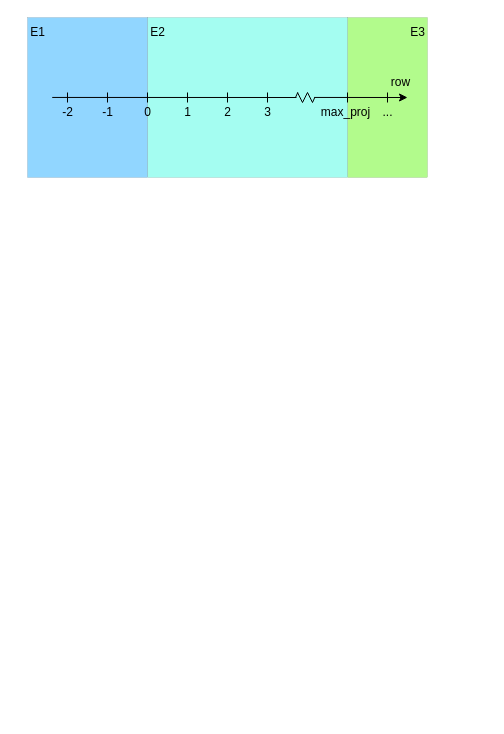
paulinho-16/MEIC-TVVS keeps this draw.io diagram as page "row" (1 of 4) of assignments/diagrams/boundary_value_analysis.drawio. Above is the earlier version. Source tidied: cells renumbered, new cells numbered last; positions are measured from the earlier drawing's top-left corner, leaving out a move shared by most shapes. Both pictures are drawn from the tidied source at 100%, with x=0, y=0 at pixel (17, 17).
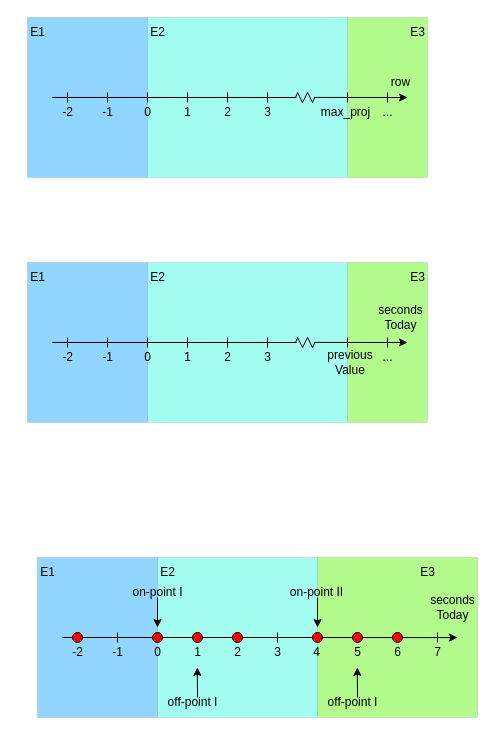
The same page after the edit.

Commit message:
Added AdjustSeconds Diagrams toi the draw.io save

The edit, as a diff of the source:
```diff
@@
+    <mxCell id="32" style="rounded=0;whiteSpace=wrap;html=1;fillColor=#b2fb8c;strokeWidth=0;" parent="1" vertex="1">
+      <mxGeometry x="330" y="245" width="80" height="160" as="geometry" />
+    </mxCell>
@@
+    <mxCell id="33" style="rounded=0;whiteSpace=wrap;html=1;fillColor=#a4fdf1;strokeWidth=0;" parent="1" vertex="1">
+      <mxGeometry x="130" y="245" width="200" height="160" as="geometry" />
+    </mxCell>
+    <mxCell id="34" style="rounded=0;whiteSpace=wrap;html=1;fillColor=#91d6ff;strokeWidth=0;" parent="1" vertex="1">
+      <mxGeometry x="10" y="245" width="120" height="160" as="geometry" />
+    </mxCell>
+    <mxCell id="35" style="endArrow=classic;startArrow=none;html=1;rounded=0;startFill=0;entryX=-0.133;entryY=0;entryDx=0;entryDy=0;entryPerimeter=0;exitX=0.052;exitY=-0.002;exitDx=0;exitDy=0;exitPerimeter=0;" parent="1" edge="1">
+      <mxGeometry relative="1" as="geometry">
+        <mxPoint x="296.6" y="324.9" as="sourcePoint" />
+        <mxPoint x="390" y="325" as="targetPoint" />
+      </mxGeometry>
+    </mxCell>
+    <mxCell id="36" style="endArrow=none;html=1;rounded=0;" parent="1" edge="1">
+      <mxGeometry relative="1" as="geometry">
+        <mxPoint x="50" y="330" as="sourcePoint" />
+        <mxPoint x="50" y="320" as="targetPoint" />
+      </mxGeometry>
+    </mxCell>
+    <mxCell id="37" style="endArrow=none;html=1;rounded=0;" parent="1" edge="1">
+      <mxGeometry relative="1" as="geometry">
+        <mxPoint x="130" y="330" as="sourcePoint" />
+        <mxPoint x="130" y="320" as="targetPoint" />
+      </mxGeometry>
+    </mxCell>
+    <mxCell id="38" style="endArrow=none;html=1;rounded=0;" parent="1" edge="1">
+      <mxGeometry relative="1" as="geometry">
+        <mxPoint x="90" y="330" as="sourcePoint" />
+        <mxPoint x="90" y="320" as="targetPoint" />
+      </mxGeometry>
+    </mxCell>
+    <mxCell id="39" style="endArrow=none;html=1;rounded=0;" parent="1" edge="1">
+      <mxGeometry relative="1" as="geometry">
+        <mxPoint x="170" y="330" as="sourcePoint" />
+        <mxPoint x="170" y="320" as="targetPoint" />
+      </mxGeometry>
+    </mxCell>
+    <mxCell id="40" style="endArrow=none;html=1;rounded=0;" parent="1" edge="1">
+      <mxGeometry relative="1" as="geometry">
+        <mxPoint x="210" y="330" as="sourcePoint" />
+        <mxPoint x="210" y="320" as="targetPoint" />
+      </mxGeometry>
+    </mxCell>
+    <mxCell id="41" style="endArrow=none;html=1;rounded=0;" parent="1" edge="1">
+      <mxGeometry relative="1" as="geometry">
+        <mxPoint x="250" y="330" as="sourcePoint" />
+        <mxPoint x="250" y="320" as="targetPoint" />
+      </mxGeometry>
+    </mxCell>
+    <mxCell id="42" style="endArrow=none;html=1;rounded=0;" parent="1" edge="1">
+      <mxGeometry relative="1" as="geometry">
+        <mxPoint x="330" y="330" as="sourcePoint" />
+        <mxPoint x="330" y="320" as="targetPoint" />
+      </mxGeometry>
+    </mxCell>
+    <mxCell id="43" style="endArrow=none;html=1;rounded=0;" parent="1" edge="1">
+      <mxGeometry relative="1" as="geometry">
+        <mxPoint x="370" y="330" as="sourcePoint" />
+        <mxPoint x="370" y="320" as="targetPoint" />
+      </mxGeometry>
+    </mxCell>
+    <mxCell id="44" value="-2" style="text;html=1;align=center;verticalAlign=middle;points=[];strokeColor=none;fillColor=none;" parent="1" vertex="1">
+      <mxGeometry x="35" y="325" width="30" height="30" as="geometry" />
+    </mxCell>
+    <mxCell id="45" value="-1" style="text;html=1;align=center;verticalAlign=middle;strokeColor=none;fillColor=none;" parent="1" vertex="1">
+      <mxGeometry x="75" y="325" width="30" height="30" as="geometry" />
+    </mxCell>
+    <mxCell id="46" value="0" style="text;html=1;align=center;verticalAlign=middle;strokeColor=none;fillColor=none;" parent="1" vertex="1">
+      <mxGeometry x="115" y="325" width="30" height="30" as="geometry" />
+    </mxCell>
+    <mxCell id="47" value="1" style="text;html=1;align=center;verticalAlign=middle;strokeColor=none;fillColor=none;" parent="1" vertex="1">
+      <mxGeometry x="155" y="325" width="30" height="30" as="geometry" />
+    </mxCell>
+    <mxCell id="48" value="2" style="text;html=1;align=center;verticalAlign=middle;strokeColor=none;fillColor=none;" parent="1" vertex="1">
+      <mxGeometry x="195" y="325" width="30" height="30" as="geometry" />
+    </mxCell>
+    <mxCell id="49" value="3" style="text;html=1;align=center;verticalAlign=middle;strokeColor=none;fillColor=none;" parent="1" vertex="1">
+      <mxGeometry x="235" y="325" width="30" height="30" as="geometry" />
+    </mxCell>
+    <mxCell id="50" value="E1" style="text;html=1;align=center;verticalAlign=middle;strokeColor=none;fillColor=none;fontSize=12;fontFamily=Helvetica;fontColor=default;" parent="1" vertex="1">
+      <mxGeometry y="245" width="40" height="30" as="geometry" />
+    </mxCell>
+    <mxCell id="51" value="E2" style="text;html=1;align=center;verticalAlign=middle;strokeColor=none;fillColor=none;fontSize=12;fontFamily=Helvetica;fontColor=default;" parent="1" vertex="1">
+      <mxGeometry x="120" y="245" width="40" height="30" as="geometry" />
+    </mxCell>
+    <mxCell id="52" value="E3" style="text;html=1;align=center;verticalAlign=middle;strokeColor=none;fillColor=none;fontSize=12;fontFamily=Helvetica;fontColor=default;" parent="1" vertex="1">
+      <mxGeometry x="380" y="245" width="40" height="30" as="geometry" />
+    </mxCell>
+    <mxCell id="53" value="seconds&lt;br&gt;Today" style="text;html=1;align=center;verticalAlign=middle;strokeColor=none;fillColor=none;fontSize=12;fontFamily=Helvetica;fontColor=default;" parent="1" vertex="1">
+      <mxGeometry x="348" y="280" width="70" height="40" as="geometry" />
+    </mxCell>
+    <mxCell id="54" value="..." style="text;html=1;align=center;verticalAlign=middle;strokeColor=none;fillColor=none;" parent="1" vertex="1">
+      <mxGeometry x="355" y="325" width="30" height="30" as="geometry" />
+    </mxCell>
+    <mxCell id="55" style="endArrow=none;html=1;rounded=0;fontFamily=Helvetica;fontSize=12;fontColor=default;entryX=0.061;entryY=-0.002;entryDx=0;entryDy=0;entryPerimeter=0;" parent="1" edge="1">
+      <mxGeometry relative="1" as="geometry">
+        <mxPoint x="295" y="330" as="sourcePoint" />
+        <mxPoint x="297.3" y="324.9" as="targetPoint" />
+      </mxGeometry>
+    </mxCell>
+    <mxCell id="56" style="endArrow=none;html=1;rounded=0;fontFamily=Helvetica;fontSize=12;fontColor=default;" parent="1" edge="1">
+      <mxGeometry relative="1" as="geometry">
+        <mxPoint x="290" y="320" as="sourcePoint" />
+        <mxPoint x="295" y="330" as="targetPoint" />
+      </mxGeometry>
+    </mxCell>
+    <mxCell id="57" style="endArrow=none;html=1;rounded=0;fontFamily=Helvetica;fontSize=12;fontColor=default;" parent="1" edge="1">
+      <mxGeometry relative="1" as="geometry">
+        <mxPoint x="285" y="330" as="sourcePoint" />
+        <mxPoint x="290" y="320" as="targetPoint" />
+      </mxGeometry>
+    </mxCell>
+    <mxCell id="58" style="endArrow=none;html=1;rounded=0;fontFamily=Helvetica;fontSize=12;fontColor=default;" parent="1" edge="1">
+      <mxGeometry relative="1" as="geometry">
+        <mxPoint x="285" y="330" as="sourcePoint" />
+        <mxPoint x="280" y="320" as="targetPoint" />
+      </mxGeometry>
+    </mxCell>
+    <mxCell id="59" style="endArrow=none;html=1;rounded=0;fontFamily=Helvetica;fontSize=12;fontColor=default;entryX=0.061;entryY=-0.002;entryDx=0;entryDy=0;entryPerimeter=0;" parent="1" edge="1">
+      <mxGeometry relative="1" as="geometry">
+        <mxPoint x="278" y="325" as="sourcePoint" />
+        <mxPoint x="280.3" y="319.9" as="targetPoint" />
+      </mxGeometry>
+    </mxCell>
+    <mxCell id="60" style="endArrow=none;html=1;rounded=0;fontFamily=Helvetica;fontSize=12;fontColor=default;entryX=-0.009;entryY=-0.002;entryDx=0;entryDy=0;entryPerimeter=0;" parent="1" edge="1" target="44">
+      <mxGeometry relative="1" as="geometry">
+        <mxPoint x="279" y="325" as="sourcePoint" />
+      </mxGeometry>
+    </mxCell>
+    <mxCell id="61" value="previous&lt;br&gt;Value" style="text;html=1;strokeColor=none;fillColor=none;align=center;verticalAlign=middle;whiteSpace=wrap;rounded=0;" parent="1" vertex="1">
+      <mxGeometry x="303" y="330" width="60" height="30" as="geometry" />
+    </mxCell>
+    <mxCell id="62" style="rounded=0;whiteSpace=wrap;html=1;fillColor=#b2fb8c;strokeWidth=0;" parent="1" vertex="1">
+      <mxGeometry x="300" y="540" width="160" height="160" as="geometry" />
+    </mxCell>
+    <mxCell id="63" style="rounded=0;whiteSpace=wrap;html=1;fillColor=#a4fdf1;strokeWidth=0;" parent="1" vertex="1">
+      <mxGeometry x="140" y="540" width="160" height="160" as="geometry" />
+    </mxCell>
+    <mxCell id="64" style="rounded=0;whiteSpace=wrap;html=1;fillColor=#91d6ff;strokeWidth=0;" parent="1" vertex="1">
+      <mxGeometry x="20" y="540" width="120" height="160" as="geometry" />
+    </mxCell>
+    <mxCell id="65" style="endArrow=classic;startArrow=none;html=1;rounded=0;startFill=0;entryX=-0.133;entryY=0;entryDx=0;entryDy=0;entryPerimeter=0;exitX=0.052;exitY=-0.002;exitDx=0;exitDy=0;exitPerimeter=0;" parent="1" edge="1">
+      <mxGeometry relative="1" as="geometry">
+        <mxPoint x="288" y="620" as="sourcePoint" />
+        <mxPoint x="440" y="620.1" as="targetPoint" />
+      </mxGeometry>
+    </mxCell>
+    <mxCell id="66" style="endArrow=none;html=1;rounded=0;startArrow=none;" parent="1" edge="1" source="112">
+      <mxGeometry relative="1" as="geometry">
+        <mxPoint x="60" y="615" as="targetPoint" />
+      </mxGeometry>
+    </mxCell>
+    <mxCell id="67" style="endArrow=none;html=1;rounded=0;" parent="1" edge="1">
+      <mxGeometry relative="1" as="geometry">
+        <mxPoint x="140" y="625" as="sourcePoint" />
+        <mxPoint x="140" y="615" as="targetPoint" />
+      </mxGeometry>
+    </mxCell>
+    <mxCell id="68" style="endArrow=none;html=1;rounded=0;" parent="1" edge="1">
+      <mxGeometry relative="1" as="geometry">
+        <mxPoint x="100" y="625" as="sourcePoint" />
+        <mxPoint x="100" y="615" as="targetPoint" />
+      </mxGeometry>
+    </mxCell>
+    <mxCell id="69" style="endArrow=none;html=1;rounded=0;startArrow=none;" parent="1" edge="1" source="103">
+      <mxGeometry relative="1" as="geometry">
+        <mxPoint x="180" y="615" as="targetPoint" />
+      </mxGeometry>
+    </mxCell>
+    <mxCell id="70" style="endArrow=none;html=1;rounded=0;" parent="1" edge="1">
+      <mxGeometry relative="1" as="geometry">
+        <mxPoint x="220" y="625" as="sourcePoint" />
+        <mxPoint x="220" y="615" as="targetPoint" />
+      </mxGeometry>
+    </mxCell>
+    <mxCell id="71" style="endArrow=none;html=1;rounded=0;" parent="1" edge="1">
+      <mxGeometry relative="1" as="geometry">
+        <mxPoint x="260" y="625" as="sourcePoint" />
+        <mxPoint x="260" y="615" as="targetPoint" />
+      </mxGeometry>
+    </mxCell>
+    <mxCell id="72" style="endArrow=none;html=1;rounded=0;" parent="1" edge="1">
+      <mxGeometry relative="1" as="geometry">
+        <mxPoint x="340" y="625" as="sourcePoint" />
+        <mxPoint x="340" y="615" as="targetPoint" />
+      </mxGeometry>
+    </mxCell>
+    <mxCell id="73" value="-2" style="text;html=1;align=center;verticalAlign=middle;points=[];strokeColor=none;fillColor=none;" parent="1" vertex="1">
+      <mxGeometry x="45" y="620" width="30" height="30" as="geometry" />
+    </mxCell>
+    <mxCell id="74" value="-1" style="text;html=1;align=center;verticalAlign=middle;strokeColor=none;fillColor=none;" parent="1" vertex="1">
+      <mxGeometry x="85" y="620" width="30" height="30" as="geometry" />
+    </mxCell>
+    <mxCell id="75" value="0" style="text;html=1;align=center;verticalAlign=middle;strokeColor=none;fillColor=none;" parent="1" vertex="1">
+      <mxGeometry x="125" y="620" width="30" height="30" as="geometry" />
+    </mxCell>
+    <mxCell id="76" value="1" style="text;html=1;align=center;verticalAlign=middle;strokeColor=none;fillColor=none;" parent="1" vertex="1">
+      <mxGeometry x="165" y="620" width="30" height="30" as="geometry" />
+    </mxCell>
+    <mxCell id="77" value="2" style="text;html=1;align=center;verticalAlign=middle;strokeColor=none;fillColor=none;" parent="1" vertex="1">
+      <mxGeometry x="205" y="620" width="30" height="30" as="geometry" />
+    </mxCell>
+    <mxCell id="78" value="3" style="text;html=1;align=center;verticalAlign=middle;strokeColor=none;fillColor=none;" parent="1" vertex="1">
+      <mxGeometry x="245" y="620" width="30" height="30" as="geometry" />
+    </mxCell>
+    <mxCell id="79" value="E1" style="text;html=1;align=center;verticalAlign=middle;strokeColor=none;fillColor=none;fontSize=12;fontFamily=Helvetica;fontColor=default;" parent="1" vertex="1">
+      <mxGeometry x="10" y="540" width="40" height="30" as="geometry" />
+    </mxCell>
+    <mxCell id="80" value="E2" style="text;html=1;align=center;verticalAlign=middle;strokeColor=none;fillColor=none;fontSize=12;fontFamily=Helvetica;fontColor=default;" parent="1" vertex="1">
+      <mxGeometry x="130" y="540" width="40" height="30" as="geometry" />
+    </mxCell>
+    <mxCell id="81" value="E3" style="text;html=1;align=center;verticalAlign=middle;strokeColor=none;fillColor=none;fontSize=12;fontFamily=Helvetica;fontColor=default;" parent="1" vertex="1">
+      <mxGeometry x="390" y="540" width="40" height="30" as="geometry" />
+    </mxCell>
+    <mxCell id="82" value="seconds&lt;br&gt;Today" style="text;html=1;align=center;verticalAlign=middle;strokeColor=none;fillColor=none;fontSize=12;fontFamily=Helvetica;fontColor=default;" parent="1" vertex="1">
+      <mxGeometry x="400" y="570" width="70" height="40" as="geometry" />
+    </mxCell>
+    <mxCell id="83" style="endArrow=none;html=1;rounded=0;fontFamily=Helvetica;fontSize=12;fontColor=default;entryX=-0.009;entryY=-0.002;entryDx=0;entryDy=0;entryPerimeter=0;startArrow=none;" parent="1" edge="1" source="112" target="73">
+      <mxGeometry relative="1" as="geometry" />
+    </mxCell>
+    <mxCell id="84" style="endArrow=none;html=1;rounded=0;startArrow=none;" parent="1" edge="1" source="101">
+      <mxGeometry relative="1" as="geometry">
+        <mxPoint x="300" y="615" as="targetPoint" />
+      </mxGeometry>
+    </mxCell>
+    <mxCell id="85" value="4" style="text;html=1;align=center;verticalAlign=middle;strokeColor=none;fillColor=none;" parent="1" vertex="1">
+      <mxGeometry x="284" y="620" width="30" height="30" as="geometry" />
+    </mxCell>
+    <mxCell id="86" value="5" style="text;html=1;align=center;verticalAlign=middle;strokeColor=none;fillColor=none;" parent="1" vertex="1">
+      <mxGeometry x="325" y="620" width="30" height="30" as="geometry" />
+    </mxCell>
+    <mxCell id="87" value="6" style="text;html=1;align=center;verticalAlign=middle;strokeColor=none;fillColor=none;" parent="1" vertex="1">
+      <mxGeometry x="365" y="620" width="30" height="30" as="geometry" />
+    </mxCell>
+    <mxCell id="88" style="endArrow=none;html=1;rounded=0;startArrow=none;" parent="1" edge="1" source="93">
+      <mxGeometry relative="1" as="geometry">
+        <mxPoint x="380" y="615" as="targetPoint" />
+      </mxGeometry>
+    </mxCell>
+    <mxCell id="89" style="endArrow=none;html=1;rounded=0;" parent="1" edge="1">
+      <mxGeometry relative="1" as="geometry">
+        <mxPoint x="420" y="625" as="sourcePoint" />
+        <mxPoint x="420" y="615" as="targetPoint" />
+      </mxGeometry>
+    </mxCell>
+    <mxCell id="90" value="7" style="text;html=1;align=center;verticalAlign=middle;strokeColor=none;fillColor=none;" parent="1" vertex="1">
+      <mxGeometry x="405" y="620" width="30" height="30" as="geometry" />
+    </mxCell>
+    <mxCell id="91" style="endArrow=none;html=1;rounded=0;fontFamily=Helvetica;fontSize=12;fontColor=default;startArrow=none;" parent="1" edge="1" source="99" target="112">
+      <mxGeometry relative="1" as="geometry" />
+    </mxCell>
+    <mxCell id="92" style="endArrow=none;html=1;rounded=0;fontFamily=Helvetica;fontSize=12;fontColor=default;startArrow=none;" parent="1" edge="1" source="110" target="103">
+      <mxGeometry relative="1" as="geometry" />
+    </mxCell>
+    <mxCell id="93" style="ellipse;whiteSpace=wrap;html=1;fillColor=#FF0000;" parent="1" vertex="1">
+      <mxGeometry x="375" y="615" width="10" height="10" as="geometry" />
+    </mxCell>
+    <mxCell id="94" style="endArrow=none;html=1;rounded=0;" parent="1" edge="1" target="93">
+      <mxGeometry relative="1" as="geometry">
+        <mxPoint x="380" y="625" as="sourcePoint" />
+      </mxGeometry>
+    </mxCell>
+    <mxCell id="95" value="on-point I" style="text;html=1;align=center;verticalAlign=middle;strokeColor=none;fillColor=none;fontSize=12;fontFamily=Helvetica;fontColor=default;" parent="1" vertex="1">
+      <mxGeometry x="105" y="560" width="70" height="30" as="geometry" />
+    </mxCell>
+    <mxCell id="96" value="on-point II" style="text;html=1;align=center;verticalAlign=middle;strokeColor=none;fillColor=none;fontSize=12;fontFamily=Helvetica;fontColor=default;" parent="1" vertex="1">
+      <mxGeometry x="259" y="560" width="80" height="30" as="geometry" />
+    </mxCell>
+    <mxCell id="97" style="endArrow=classic;html=1;rounded=0;" parent="1" edge="1">
+      <mxGeometry relative="1" as="geometry">
+        <mxPoint x="140" y="580" as="sourcePoint" />
+        <mxPoint x="140" y="610" as="targetPoint" />
+      </mxGeometry>
+    </mxCell>
+    <mxCell id="98" style="endArrow=classic;html=1;rounded=0;" parent="1" edge="1">
+      <mxGeometry relative="1" as="geometry">
+        <mxPoint x="300" y="580" as="sourcePoint" />
+        <mxPoint x="300" y="610" as="targetPoint" />
+      </mxGeometry>
+    </mxCell>
+    <mxCell id="99" style="ellipse;whiteSpace=wrap;html=1;fillColor=#FF0000;" parent="1" vertex="1">
+      <mxGeometry x="135" y="615" width="10" height="10" as="geometry" />
+    </mxCell>
+    <mxCell id="100" style="endArrow=none;html=1;rounded=0;fontFamily=Helvetica;fontSize=12;fontColor=default;startArrow=none;" parent="1" edge="1" source="103" target="99">
+      <mxGeometry relative="1" as="geometry" />
+    </mxCell>
+    <mxCell id="101" style="ellipse;whiteSpace=wrap;html=1;fillColor=#FF0000;" parent="1" vertex="1">
+      <mxGeometry x="295" y="615" width="10" height="10" as="geometry" />
+    </mxCell>
+    <mxCell id="102" style="endArrow=none;html=1;rounded=0;" parent="1" edge="1" target="101">
+      <mxGeometry relative="1" as="geometry">
+        <mxPoint x="300" y="625" as="sourcePoint" />
+      </mxGeometry>
+    </mxCell>
+    <mxCell id="103" style="ellipse;whiteSpace=wrap;html=1;fillColor=#FF0000;" parent="1" vertex="1">
+      <mxGeometry x="175" y="615" width="10" height="10" as="geometry" />
+    </mxCell>
+    <mxCell id="104" style="endArrow=none;html=1;rounded=0;" parent="1" edge="1" target="103">
+      <mxGeometry relative="1" as="geometry">
+        <mxPoint x="180" y="625" as="sourcePoint" />
+      </mxGeometry>
+    </mxCell>
+    <mxCell id="105" style="endArrow=classic;html=1;rounded=0;" parent="1" edge="1">
+      <mxGeometry relative="1" as="geometry">
+        <mxPoint x="180" y="680" as="sourcePoint" />
+        <mxPoint x="179.8" y="650" as="targetPoint" />
+      </mxGeometry>
+    </mxCell>
+    <mxCell id="106" style="endArrow=classic;html=1;rounded=0;" parent="1" edge="1">
+      <mxGeometry relative="1" as="geometry">
+        <mxPoint x="340" y="680" as="sourcePoint" />
+        <mxPoint x="339.8" y="650" as="targetPoint" />
+      </mxGeometry>
+    </mxCell>
+    <mxCell id="107" style="ellipse;whiteSpace=wrap;html=1;fillColor=#FF0000;" parent="1" vertex="1">
+      <mxGeometry x="335" y="615" width="10" height="10" as="geometry" />
+    </mxCell>
+    <mxCell id="108" value="off-point I" style="text;html=1;align=center;verticalAlign=middle;strokeColor=none;fillColor=none;fontSize=12;fontFamily=Helvetica;fontColor=default;" parent="1" vertex="1">
+      <mxGeometry x="140" y="670" width="70" height="30" as="geometry" />
+    </mxCell>
+    <mxCell id="109" value="off-point I" style="text;html=1;align=center;verticalAlign=middle;strokeColor=none;fillColor=none;fontSize=12;fontFamily=Helvetica;fontColor=default;" parent="1" vertex="1">
+      <mxGeometry x="300" y="670" width="70" height="30" as="geometry" />
+    </mxCell>
+    <mxCell id="110" style="ellipse;whiteSpace=wrap;html=1;fillColor=#FF0000;" parent="1" vertex="1">
+      <mxGeometry x="215" y="615" width="10" height="10" as="geometry" />
+    </mxCell>
+    <mxCell id="111" style="endArrow=none;html=1;rounded=0;fontFamily=Helvetica;fontSize=12;fontColor=default;" parent="1" edge="1" target="110">
+      <mxGeometry relative="1" as="geometry">
+        <mxPoint x="289" y="620" as="sourcePoint" />
+      </mxGeometry>
+    </mxCell>
+    <mxCell id="112" style="ellipse;whiteSpace=wrap;html=1;fillColor=#FF0000;" parent="1" vertex="1">
+      <mxGeometry x="55" y="615" width="10" height="10" as="geometry" />
+    </mxCell>
+    <mxCell id="113" style="endArrow=none;html=1;rounded=0;" parent="1" edge="1" target="112">
+      <mxGeometry relative="1" as="geometry">
+        <mxPoint x="60" y="625" as="sourcePoint" />
+      </mxGeometry>
+    </mxCell>
```
